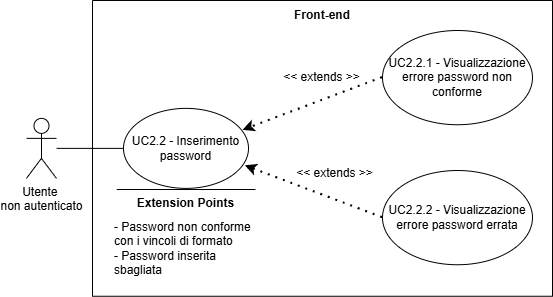
SkarabGroup/DocumentazioneProgetto keeps this draw.io diagram as assets/diagrams/UC2_2.png. Above is the earlier version. Source tidied: cells renumbered, new cells last; positions are measured from the earlier drawing's top-left corner, leaving out a move shared by most shapes.
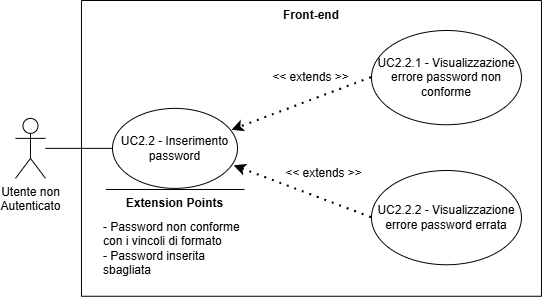
Later version of the same file.

Diff of the diagram source:
```diff
@@ -29,7 +29,7 @@
     <mxCell id="10" value="&lt;div&gt;&amp;lt;&amp;lt; extends &amp;gt;&amp;gt;&lt;/div&gt;" style="text;html=1;whiteSpace=wrap;strokeColor=none;fillColor=none;align=center;verticalAlign=middle;rounded=0;" parent="2" vertex="1">
       <mxGeometry x="195" y="157.9" width="95" height="30" as="geometry" />
     </mxCell>
-    <mxCell id="11" value="&lt;div&gt;Utente&amp;nbsp;&lt;/div&gt;&lt;div&gt;non autenticato&lt;/div&gt;" style="shape=umlActor;verticalLabelPosition=bottom;verticalAlign=top;html=1;outlineConnect=0;" parent="1" vertex="1">
+    <mxCell id="11" value="&lt;div&gt;Utente&amp;nbsp;&lt;span style=&quot;background-color: transparent; color: light-dark(rgb(0, 0, 0), rgb(255, 255, 255));&quot;&gt;non&lt;/span&gt;&lt;/div&gt;&lt;div&gt;&lt;span style=&quot;background-color: transparent; color: light-dark(rgb(0, 0, 0), rgb(255, 255, 255));&quot;&gt;Autenticato&lt;/span&gt;&lt;/div&gt;" style="shape=umlActor;verticalLabelPosition=bottom;verticalAlign=top;html=1;outlineConnect=0;" parent="1" vertex="1">
       <mxGeometry y="117.9" width="30" height="60" as="geometry" />
     </mxCell>
     <mxCell id="12" style="endArrow=none;html=1;rounded=0;entryX=0;entryY=0.5;entryDx=0;entryDy=0;" parent="1" edge="1" source="11" target="7">
```
